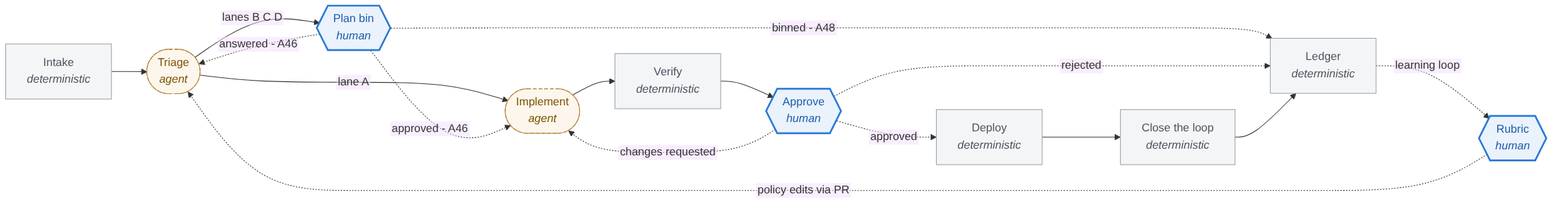
The Mermaid diagram factory-model.png in JacobStephens2/patchyard, before a commit. Its source is kept beside it as factory-model.mmd. The source it was exported from:
```mermaid
flowchart LR
  intake["Intake<br/><i>deterministic</i>"]:::det
  triage(["Triage<br/><i>agent</i>"]):::agent
  implement(["Implement<br/><i>agent</i>"]):::agent
  verify["Verify<br/><i>deterministic</i>"]:::det
  approve{{"Approve<br/><i>human</i>"}}:::human
  deploy["Deploy<br/><i>deterministic</i>"]:::det
  close["Close the loop<br/><i>deterministic</i>"]:::det
  plan{{"Plan bin<br/><i>human</i>"}}:::human
  ledger["Ledger<br/><i>deterministic</i>"]:::det
  rubric{{"Rubric<br/><i>human</i>"}}:::human
  intake --> triage
  triage -->|"lane A"| implement
  triage -->|"lanes B C D"| plan
  plan -.->|"approved - A46"| implement
  plan -.->|"answered - A46"| triage
  plan -.->|"binned - A48"| ledger
  implement --> verify
  verify --> approve
  approve -.->|"approved"| deploy
  approve -.->|"changes requested"| implement
  approve -.->|"rejected"| ledger
  deploy --> close
  close --> ledger
  ledger -.->|"learning loop"| rubric
  rubric -.->|"policy edits via PR"| triage
  classDef human fill:#eaf2fc,stroke:#2a78d6,stroke-width:2.5px,color:#1c5cab
  classDef agent fill:#fdf6ec,stroke:#b07d2b,stroke-dasharray:5 3,color:#7c5200
  classDef det fill:#f4f5f7,stroke:#9aa0a8,color:#4c545f
```
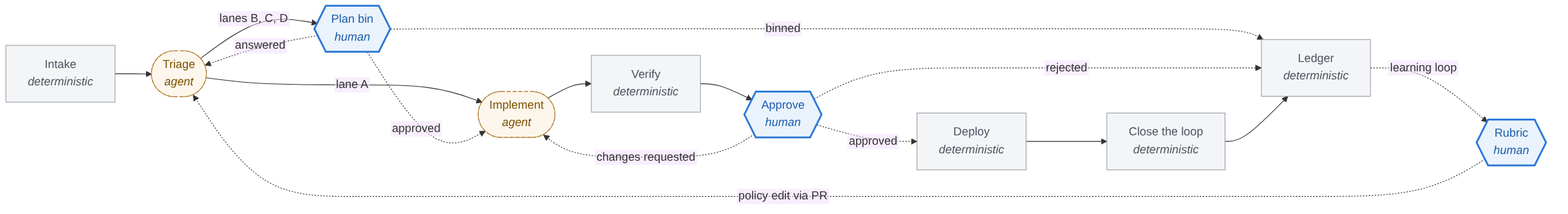
After the change.

The edit, as a diff of the source:
```diff
@@ -11,10 +11,10 @@
   rubric{{"Rubric<br/><i>human</i>"}}:::human
   intake --> triage
   triage -->|"lane A"| implement
-  triage -->|"lanes B C D"| plan
-  plan -.->|"approved - A46"| implement
-  plan -.->|"answered - A46"| triage
-  plan -.->|"binned - A48"| ledger
+  triage -->|"lanes B, C, D"| plan
+  plan -.->|"approved"| implement
+  plan -.->|"answered"| triage
+  plan -.->|"binned"| ledger
   implement --> verify
   verify --> approve
   approve -.->|"approved"| deploy
@@ -23,7 +23,7 @@
   deploy --> close
   close --> ledger
   ledger -.->|"learning loop"| rubric
-  rubric -.->|"policy edits via PR"| triage
+  rubric -.->|"policy edit via PR"| triage
   classDef human fill:#eaf2fc,stroke:#2a78d6,stroke-width:2.5px,color:#1c5cab
   classDef agent fill:#fdf6ec,stroke:#b07d2b,stroke-dasharray:5 3,color:#7c5200
   classDef det fill:#f4f5f7,stroke:#9aa0a8,color:#4c545f
```
